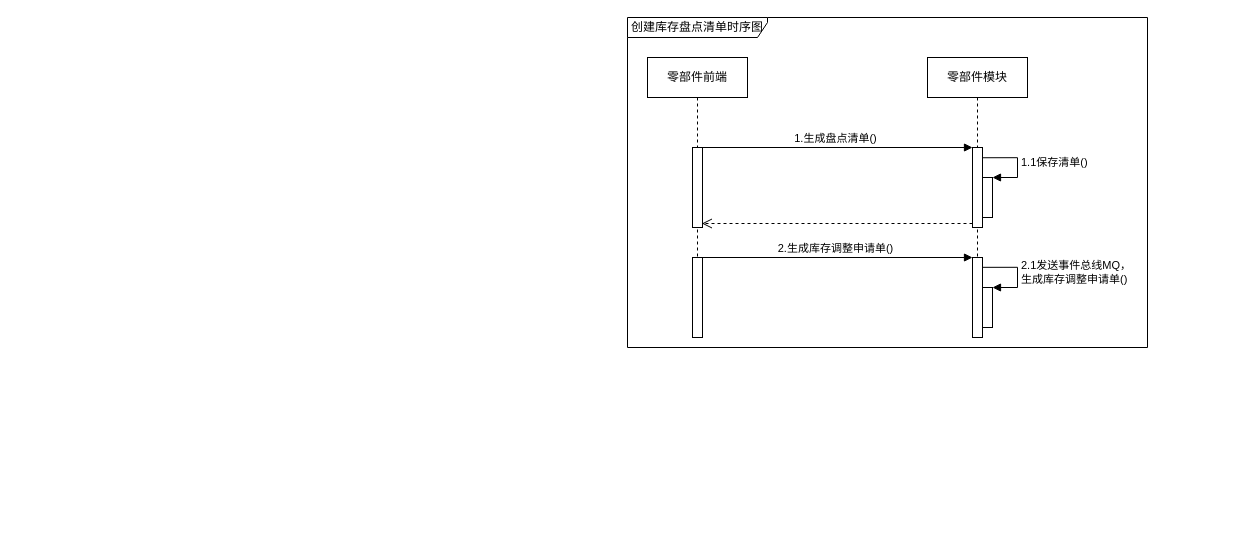
The draw.io diagram page "库存盘点时序图" (1 of 4) of 库存管理-库存盘点.drawio in 1132489442/gitRepository1, before the edit. Source tidied: cells renumbered, new cells numbered last; positions are measured from the earlier drawing's top-left corner, leaving out a move shared by most shapes. Both pictures are drawn from the tidied source at 100%, with x=0, y=0 at pixel (627, 17).
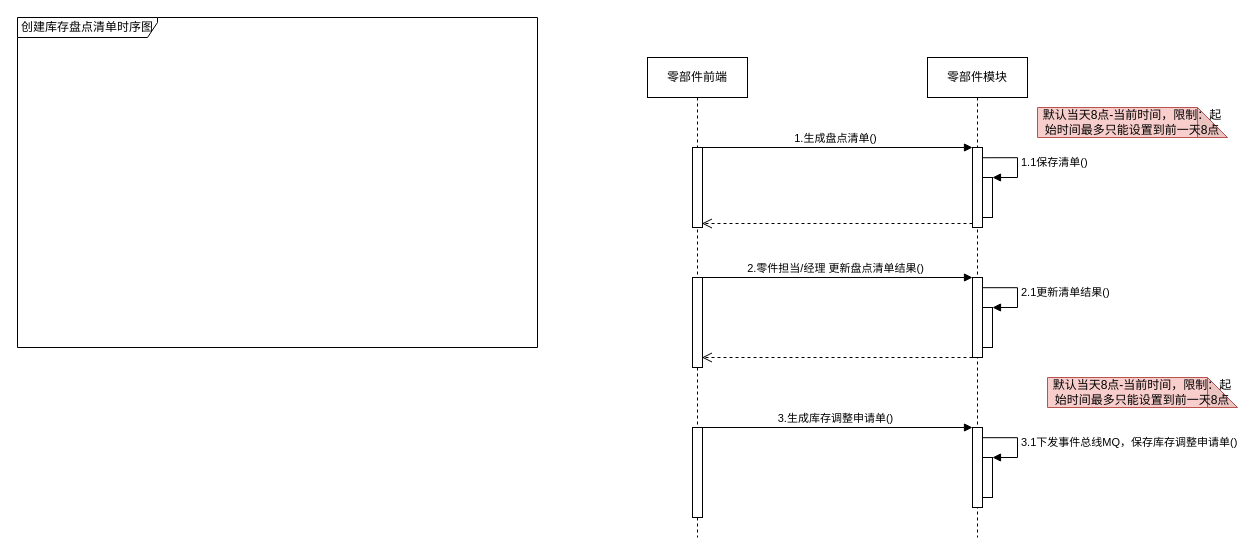
The same diagram, later.

Diff of the diagram source:
```diff
@@
     <mxCell id="2" value="零部件前端" style="shape=umlLifeline;perimeter=lifelinePerimeter;whiteSpace=wrap;html=1;" parent="1" vertex="1">
-      <mxGeometry x="20" y="40" width="100" height="280" as="geometry" />
+      <mxGeometry x="20" y="40" width="100" height="480" as="geometry" />
     </mxCell>
@@
     <mxCell id="4" style="html=1;perimeter=orthogonalPerimeter;" parent="2" vertex="1">
-      <mxGeometry x="45" y="200" width="10" height="80" as="geometry" />
+      <mxGeometry x="45" y="220" width="10" height="90" as="geometry" />
     </mxCell>
     <mxCell id="5" value="零部件模块" style="shape=umlLifeline;perimeter=lifelinePerimeter;whiteSpace=wrap;html=1;" parent="1" vertex="1">
-      <mxGeometry x="300" y="40" width="100" height="280" as="geometry" />
+      <mxGeometry x="300" y="40" width="100" height="480" as="geometry" />
     </mxCell>
@@
-    <mxCell id="9" style="html=1;points=[];perimeter=orthogonalPerimeter;fillColor=#FFFFFF;" parent="5" vertex="1">
-      <mxGeometry x="55" y="230" width="10" height="40" as="geometry" />
-    </mxCell>
-    <mxCell id="10" value="2.1发送事件总线MQ，&lt;br&gt;生成库存调整申请单()" style="edgeStyle=orthogonalEdgeStyle;html=1;align=left;spacingLeft=2;endArrow=block;rounded=0;entryX=1;entryY=0;exitX=1.038;exitY=0.123;exitDx=0;exitDy=0;exitPerimeter=0;" parent="5" edge="1" source="11" target="9">
-      <mxGeometry relative="1" as="geometry">
-        <Array as="points">
-          <mxPoint x="90" y="210" />
-          <mxPoint x="90" y="230" />
-        </Array>
-      </mxGeometry>
-    </mxCell>
     <mxCell id="11" style="html=1;points=[];perimeter=orthogonalPerimeter;fillColor=#FFFFFF;" parent="5" vertex="1">
-      <mxGeometry x="45" y="200" width="10" height="80" as="geometry" />
+      <mxGeometry x="45" y="220" width="10" height="80" as="geometry" />
     </mxCell>
@@
     <mxCell id="14" value="创建库存盘点清单时序图" style="shape=umlFrame;whiteSpace=wrap;html=1;fillColor=#FFFFFF;width=140;height=20;" parent="1" vertex="1">
-      <mxGeometry width="520" height="330" as="geometry" />
+      <mxGeometry x="-610" width="520" height="330" as="geometry" />
     </mxCell>
-    <mxCell id="15" value="2.生成库存调整申请单()" style="html=1;verticalAlign=bottom;endArrow=block;entryX=0;entryY=0;rounded=0;" parent="1" edge="1">
+    <mxCell id="15" value="2.零件担当/经理 更新盘点清单结果()" style="html=1;verticalAlign=bottom;endArrow=block;entryX=0;entryY=0;rounded=0;" parent="1" edge="1">
       <mxGeometry relative="1" as="geometry">
-        <mxPoint x="70" y="240" as="sourcePoint" />
-        <mxPoint x="345" y="240" as="targetPoint" />
+        <mxPoint x="70" y="260" as="sourcePoint" />
+        <mxPoint x="345" y="260" as="targetPoint" />
       </mxGeometry>
     </mxCell>
+    <mxCell id="16" value="默认当天8点-当前时间，限制：起始时间最多只能设置到前一天8点" style="shape=note;whiteSpace=wrap;html=1;backgroundOutline=1;darkOpacity=0.05;strokeColor=#b85450;fillColor=#f8cecc;" parent="1" vertex="1">
+      <mxGeometry x="410" y="90" width="190" height="30" as="geometry" />
+    </mxCell>
+    <mxCell id="17" style="html=1;points=[];perimeter=orthogonalPerimeter;fillColor=#FFFFFF;" parent="1" vertex="1">
+      <mxGeometry x="355" y="290" width="10" height="40" as="geometry" />
+    </mxCell>
+    <mxCell id="18" value="2.1更新清单结果()" style="edgeStyle=orthogonalEdgeStyle;html=1;align=left;spacingLeft=2;endArrow=block;rounded=0;entryX=1;entryY=0;exitX=1.022;exitY=0.128;exitDx=0;exitDy=0;exitPerimeter=0;" parent="1" edge="1" target="17">
+      <mxGeometry relative="1" as="geometry">
+        <mxPoint x="355.2" y="270.2" as="sourcePoint" />
+        <Array as="points">
+          <mxPoint x="390" y="270" />
+          <mxPoint x="390" y="290" />
+        </Array>
+      </mxGeometry>
+    </mxCell>
+    <mxCell id="19" style="html=1;verticalAlign=bottom;endArrow=open;dashed=1;endSize=8;exitX=0;exitY=0.95;rounded=0;entryX=0.94;entryY=0.95;entryDx=0;entryDy=0;entryPerimeter=0;" parent="1" edge="1">
+      <mxGeometry relative="1" as="geometry">
+        <mxPoint x="345" y="340" as="sourcePoint" />
+        <mxPoint x="74.4" y="340" as="targetPoint" />
+      </mxGeometry>
+    </mxCell>
+    <mxCell id="20" style="html=1;perimeter=orthogonalPerimeter;" parent="1" vertex="1">
+      <mxGeometry x="65" y="410" width="10" height="90" as="geometry" />
+    </mxCell>
+    <mxCell id="21" style="html=1;perimeter=orthogonalPerimeter;fillColor=#FFFFFF;" parent="1" vertex="1">
+      <mxGeometry x="345" y="410" width="10" height="80" as="geometry" />
+    </mxCell>
+    <mxCell id="22" value="3.生成库存调整申请单()" style="html=1;verticalAlign=bottom;endArrow=block;entryX=0;entryY=0;rounded=0;" parent="1" edge="1">
+      <mxGeometry relative="1" as="geometry">
+        <mxPoint x="70" y="410" as="sourcePoint" />
+        <mxPoint x="345" y="410" as="targetPoint" />
+      </mxGeometry>
+    </mxCell>
+    <mxCell id="23" style="html=1;points=[];perimeter=orthogonalPerimeter;fillColor=#FFFFFF;" parent="1" vertex="1">
+      <mxGeometry x="355" y="440" width="10" height="40" as="geometry" />
+    </mxCell>
+    <mxCell id="24" value="3.1下发事件总线MQ，保存库存调整申请单()" style="edgeStyle=orthogonalEdgeStyle;html=1;align=left;spacingLeft=2;endArrow=block;rounded=0;entryX=1;entryY=0;exitX=1.022;exitY=0.128;exitDx=0;exitDy=0;exitPerimeter=0;" parent="1" edge="1" target="23">
+      <mxGeometry relative="1" as="geometry">
+        <mxPoint x="355.2" y="420.2" as="sourcePoint" />
+        <Array as="points">
+          <mxPoint x="390" y="420" />
+          <mxPoint x="390" y="440" />
+        </Array>
+      </mxGeometry>
+    </mxCell>
+    <mxCell id="25" value="默认当天8点-当前时间，限制：起始时间最多只能设置到前一天8点" style="shape=note;whiteSpace=wrap;html=1;backgroundOutline=1;darkOpacity=0.05;strokeColor=#b85450;fillColor=#f8cecc;" parent="1" vertex="1">
+      <mxGeometry x="420" y="360" width="190" height="30" as="geometry" />
+    </mxCell>
```
